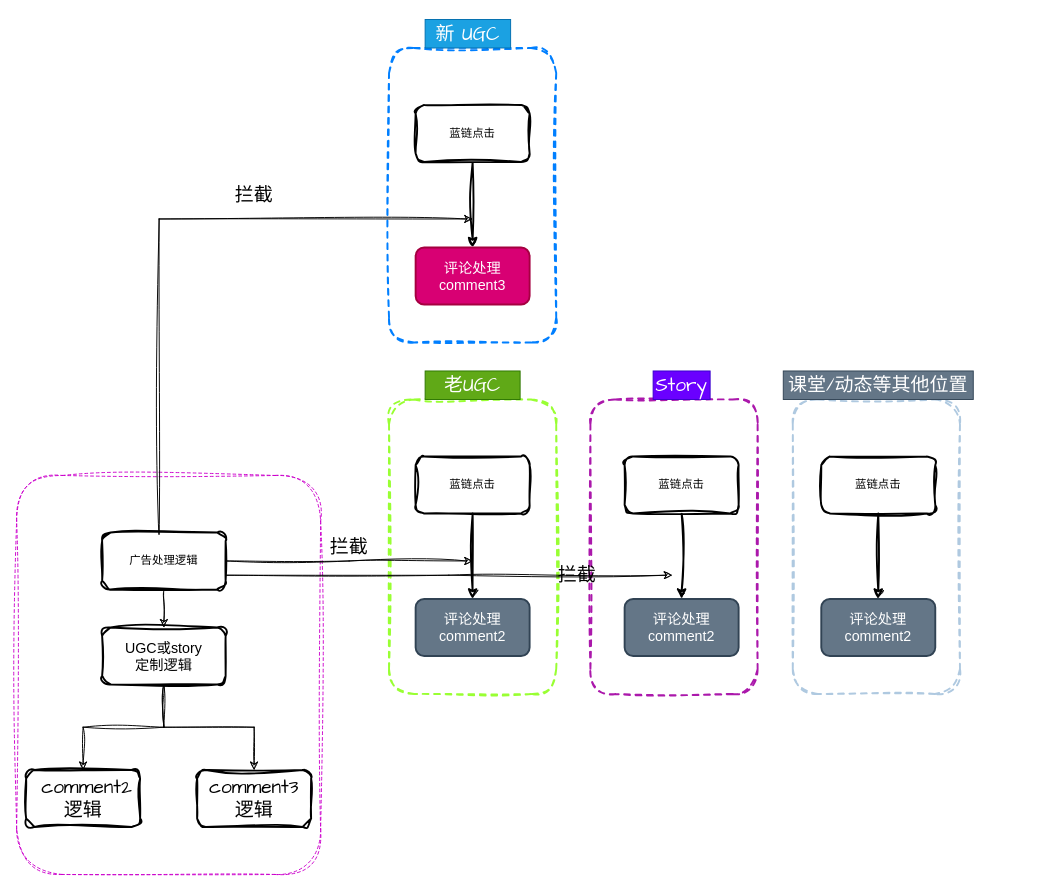
windherd/draw.io keeps this draw.io diagram as 评论蓝链.drawio. Above is the earlier version. Source tidied: cells renumbered, new cells numbered last; positions are measured from the earlier drawing's top-left corner, leaving out a move shared by most shapes. Both pictures are drawn from the tidied source at 95%, with x=0, y=0 at pixel (16, 19).
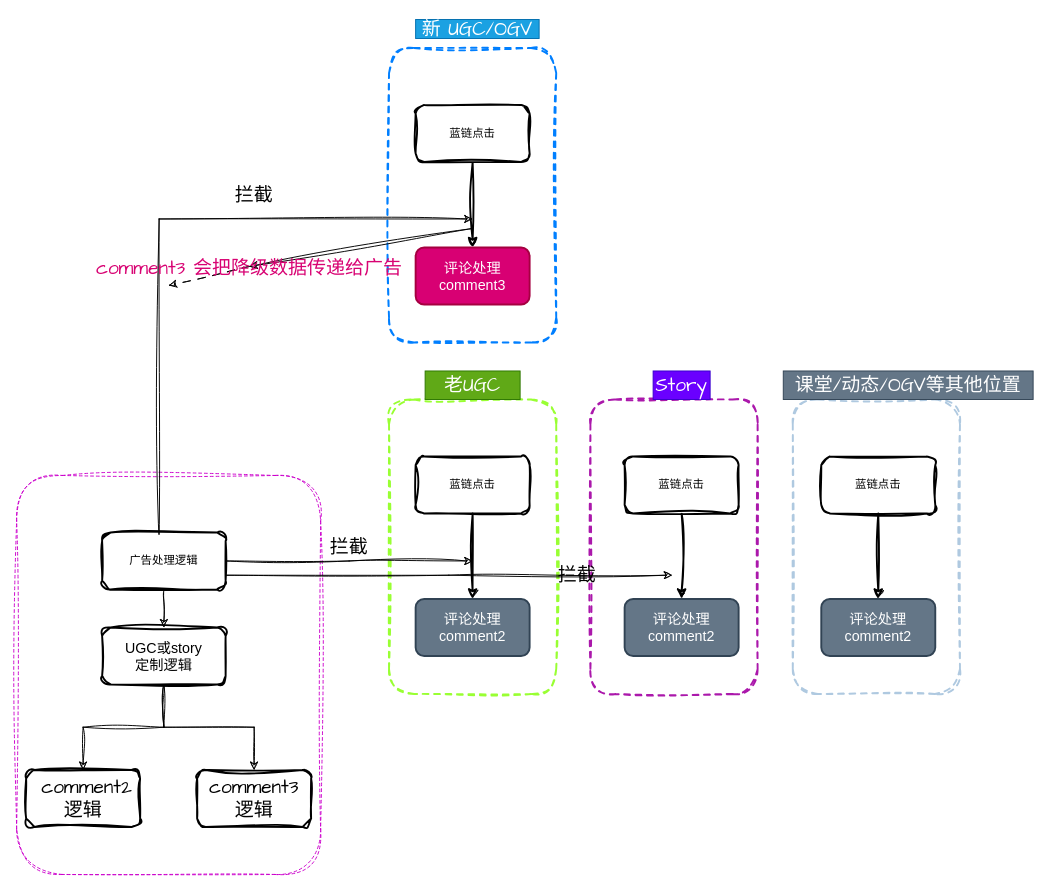
After the change.

Commit message (it also covers changes not shown here):
更新评论蓝链.drawio

What changed in the source:
```diff
@@
-    <mxCell id="23" value="课堂/动态等其他位置" style="text;html=1;strokeColor=#314354;fillColor=#647687;align=center;verticalAlign=middle;whiteSpace=wrap;rounded=0;fontSize=20;fontFamily=Architects Daughter;fontColor=#ffffff;" parent="1" vertex="1">
-      <mxGeometry x="807" y="370" width="200" height="30" as="geometry" />
+    <mxCell id="23" value="课堂/动态/OGV等其他位置" style="text;html=1;strokeColor=#314354;fillColor=#647687;align=center;verticalAlign=middle;whiteSpace=wrap;rounded=0;fontSize=20;fontFamily=Architects Daughter;fontColor=#ffffff;" parent="1" vertex="1">
+      <mxGeometry x="807" y="370" width="263" height="30" as="geometry" />
     </mxCell>
@@
-    <mxCell id="28" value="新 UGC" style="text;html=1;strokeColor=#006EAF;fillColor=#1ba1e2;align=center;verticalAlign=middle;whiteSpace=wrap;rounded=0;fontSize=20;fontFamily=Architects Daughter;fontColor=#ffffff;" parent="1" vertex="1">
-      <mxGeometry x="430" width="90" height="30" as="geometry" />
+    <mxCell id="28" value="新 UGC/OGV" style="text;html=1;strokeColor=#006EAF;fillColor=#1ba1e2;align=center;verticalAlign=middle;whiteSpace=wrap;rounded=0;fontSize=20;fontFamily=Architects Daughter;fontColor=#ffffff;" parent="1" vertex="1">
+      <mxGeometry x="420" width="130" height="20" as="geometry" />
     </mxCell>
@@
+    <mxCell id="36" style="endArrow=classic;html=1;rounded=0;sketch=1;hachureGap=4;jiggle=2;curveFitting=1;fontFamily=Architects Daughter;fontSize=16;dashed=1;dashPattern=8 8;" parent="1" edge="1" source="38">
+      <mxGeometry relative="1" as="geometry">
+        <mxPoint x="160" y="280" as="targetPoint" />
+      </mxGeometry>
+    </mxCell>
+    <mxCell id="37" style="endArrow=classic;html=1;rounded=0;sketch=1;hachureGap=4;jiggle=2;curveFitting=1;fontFamily=Architects Daughter;fontSize=16;" parent="1" edge="1" target="38">
+      <mxGeometry relative="1" as="geometry">
+        <mxPoint x="480" y="220" as="sourcePoint" />
+      </mxGeometry>
+    </mxCell>
+    <mxCell id="38" value="&lt;font color=&quot;#d80373&quot;&gt;comment3 会把降级数据传递给广告&lt;/font&gt;" style="text;html=1;strokeColor=none;fillColor=none;align=center;verticalAlign=middle;whiteSpace=wrap;rounded=0;fontSize=20;fontFamily=Architects Daughter;" parent="1" vertex="1">
+      <mxGeometry x="70" y="260" width="350" as="geometry" />
+    </mxCell>
```
